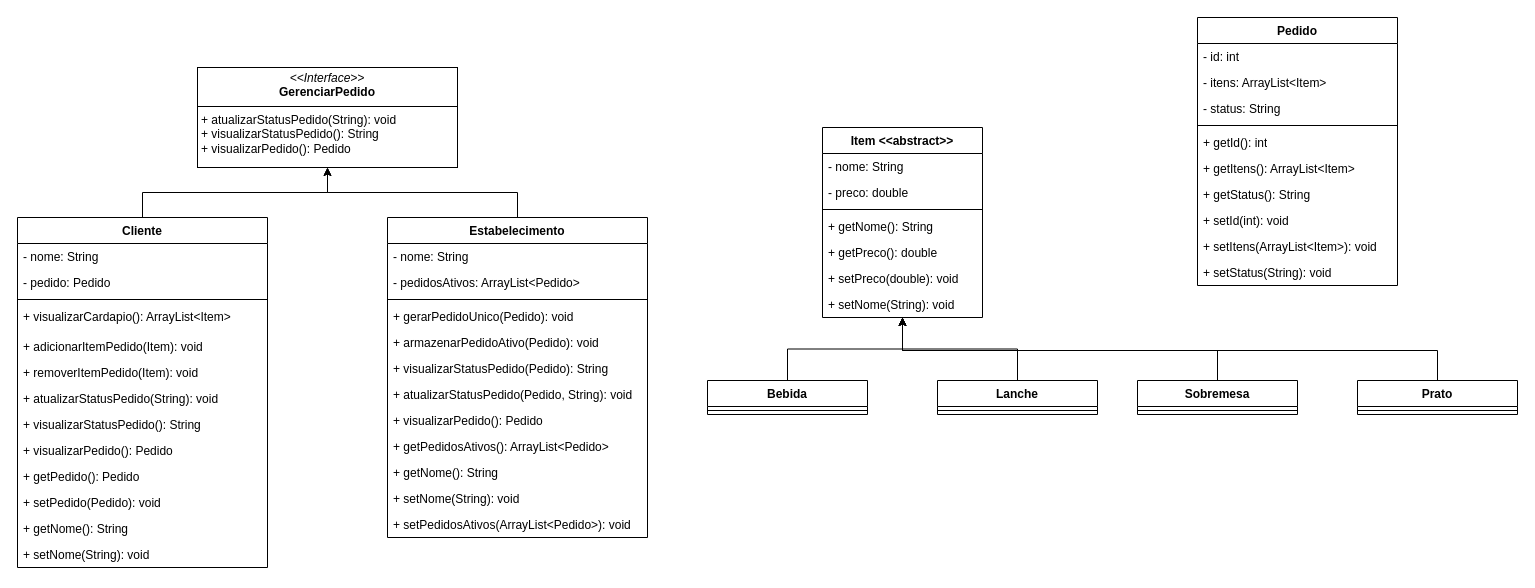
Before: Diagrama de classes.drawio in Pedro-HK/trabalho-final-programacao1, a draw.io diagram. Source tidied: cells renumbered, new cells numbered last; positions are measured from the earlier drawing's top-left corner, leaving out a move shared by most shapes. Both pictures are drawn from the tidied source at 100%, with x=0, y=0 at pixel (17, 17).
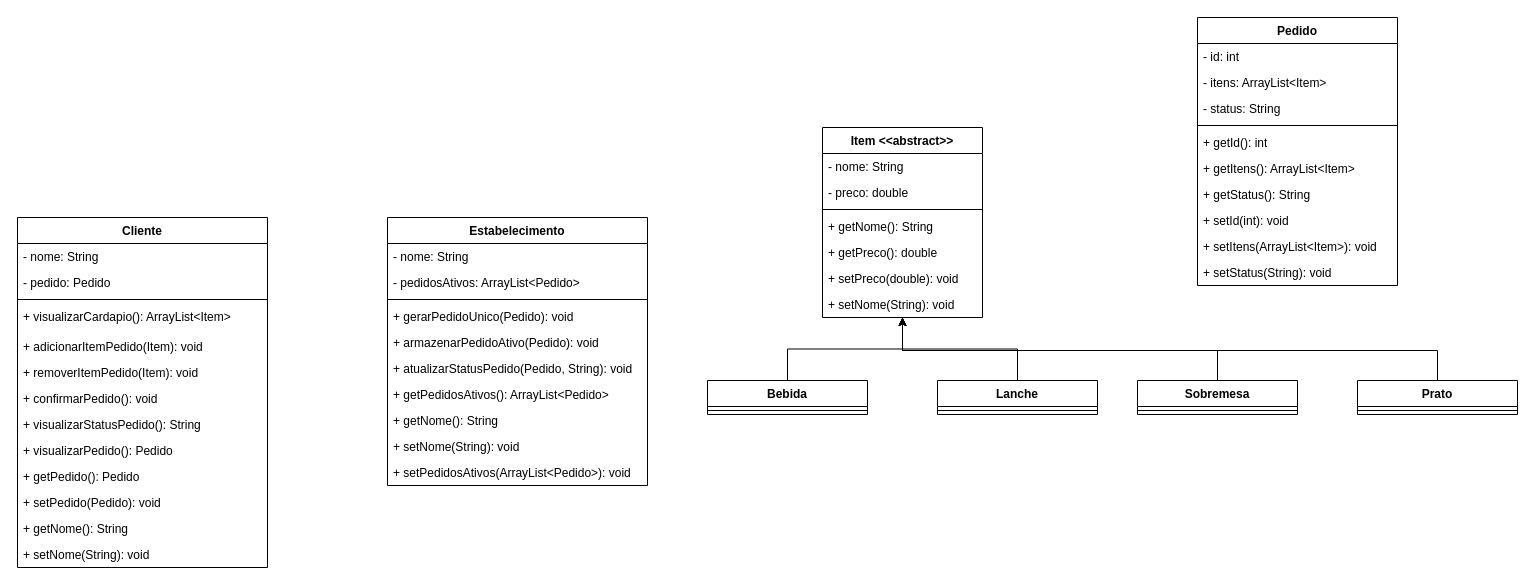
After the change.

Unchanged cells that the change refers to:
```xml
<mxCell id="3" value="Cliente" style="swimlane;fontStyle=1;align=center;verticalAlign=top;horizontal=1;startSize=26;whiteSpace=wrap;html=1;" parent="1" vertex="1">
  <mxGeometry y="200" width="250" height="350" as="geometry" />
</mxCell>
```

The edit, as a diff of the source:
```diff
@@
-    <mxCell id="2" style="edgeStyle=orthogonalEdgeStyle;rounded=0;jettySize=auto;html=1;" parent="1" edge="1" source="3" target="59">
-      <mxGeometry relative="1" as="geometry" />
-    </mxCell>
@@
-    <mxCell id="10" value="+ atualizarStatusPedido(String): void" style="text;strokeColor=none;fillColor=none;align=left;verticalAlign=top;spacingLeft=4;spacingRight=4;overflow=hidden;whiteSpace=wrap;html=1;" parent="3" vertex="1">
+    <mxCell id="10" value="+ confirmarPedido(): void" style="text;strokeColor=none;fillColor=none;align=left;verticalAlign=top;spacingLeft=4;spacingRight=4;overflow=hidden;whiteSpace=wrap;html=1;" parent="3" vertex="1">
       <mxGeometry y="168" width="250" height="26" as="geometry" />
     </mxCell>
@@
-    <mxCell id="17" style="edgeStyle=orthogonalEdgeStyle;rounded=0;jettySize=auto;html=1;" parent="1" edge="1" source="18" target="59">
-      <mxGeometry relative="1" as="geometry" />
-    </mxCell>
     <mxCell id="18" value="Estabelecimento" style="swimlane;fontStyle=1;align=center;verticalAlign=top;horizontal=1;startSize=26;whiteSpace=wrap;html=1;" parent="1" vertex="1">
-      <mxGeometry x="370" y="200" width="260" height="320" as="geometry" />
+      <mxGeometry x="370" y="200" width="260" height="268" as="geometry" />
     </mxCell>
@@
-    <mxCell id="24" value="+ visualizarStatusPedido(Pedido): String" style="text;strokeColor=none;fillColor=none;align=left;verticalAlign=top;spacingLeft=4;spacingRight=4;overflow=hidden;whiteSpace=wrap;html=1;" parent="18" vertex="1">
-      <mxGeometry y="138" width="260" height="26" as="geometry" />
-    </mxCell>
     <mxCell id="25" value="+ atualizarStatusPedido(Pedido, String): void" style="text;strokeColor=none;fillColor=none;align=left;verticalAlign=top;spacingLeft=4;spacingRight=4;overflow=hidden;whiteSpace=wrap;html=1;" parent="18" vertex="1">
-      <mxGeometry y="164" width="260" height="26" as="geometry" />
+      <mxGeometry y="138" width="260" height="26" as="geometry" />
     </mxCell>
-    <mxCell id="26" value="+ visualizarPedido(): Pedido" style="text;strokeColor=none;fillColor=none;align=left;verticalAlign=top;spacingLeft=4;spacingRight=4;overflow=hidden;whiteSpace=wrap;html=1;" parent="18" vertex="1">
-      <mxGeometry y="190" width="260" height="26" as="geometry" />
-    </mxCell>
     <mxCell id="27" value="+ getPedidosAtivos(): ArrayList&amp;lt;Pedido&amp;gt;" style="text;strokeColor=none;fillColor=none;align=left;verticalAlign=top;spacingLeft=4;spacingRight=4;overflow=hidden;whiteSpace=wrap;html=1;" parent="18" vertex="1">
-      <mxGeometry y="216" width="260" height="26" as="geometry" />
+      <mxGeometry y="164" width="260" height="26" as="geometry" />
     </mxCell>
     <mxCell id="28" value="+ getNome(): String" style="text;strokeColor=none;fillColor=none;align=left;verticalAlign=top;spacingLeft=4;spacingRight=4;overflow=hidden;whiteSpace=wrap;html=1;" parent="18" vertex="1">
-      <mxGeometry y="242" width="260" height="26" as="geometry" />
+      <mxGeometry y="190" width="260" height="26" as="geometry" />
     </mxCell>
     <mxCell id="29" value="+ setNome(String): void" style="text;strokeColor=none;fillColor=none;align=left;verticalAlign=top;spacingLeft=4;spacingRight=4;overflow=hidden;whiteSpace=wrap;html=1;" parent="18" vertex="1">
-      <mxGeometry y="268" width="260" height="26" as="geometry" />
+      <mxGeometry y="216" width="260" height="26" as="geometry" />
     </mxCell>
     <mxCell id="30" value="+ setPedidosAtivos(ArrayList&amp;lt;Pedido&amp;gt;): void" style="text;strokeColor=none;fillColor=none;align=left;verticalAlign=top;spacingLeft=4;spacingRight=4;overflow=hidden;whiteSpace=wrap;html=1;" parent="18" vertex="1">
-      <mxGeometry y="294" width="260" height="26" as="geometry" />
+      <mxGeometry y="242" width="260" height="26" as="geometry" />
     </mxCell>
@@
-    <mxCell id="59" value="&lt;p style=&quot;margin:0px;margin-top:4px;text-align:center;&quot;&gt;&lt;i&gt;&amp;lt;&amp;lt;Interface&amp;gt;&amp;gt;&lt;/i&gt;&lt;br&gt;&lt;b&gt;GerenciarPedido&lt;/b&gt;&lt;/p&gt;&lt;hr size=&quot;1&quot; style=&quot;border-style:solid;&quot;&gt;&lt;p style=&quot;margin:0px;margin-left:4px;&quot;&gt;&lt;/p&gt;&lt;p style=&quot;margin:0px;margin-left:4px;&quot;&gt;+ atualizarStatusPedido(String): void&lt;br&gt;+ visualizarStatusPedido(): String&lt;/p&gt;&lt;p style=&quot;margin:0px;margin-left:4px;&quot;&gt;+ visualizarPedido(): Pedido&lt;/p&gt;" style="verticalAlign=top;align=left;overflow=fill;html=1;whiteSpace=wrap;" parent="1" vertex="1">
-      <mxGeometry x="180" y="50" width="260" height="100" as="geometry" />
-    </mxCell>
```
